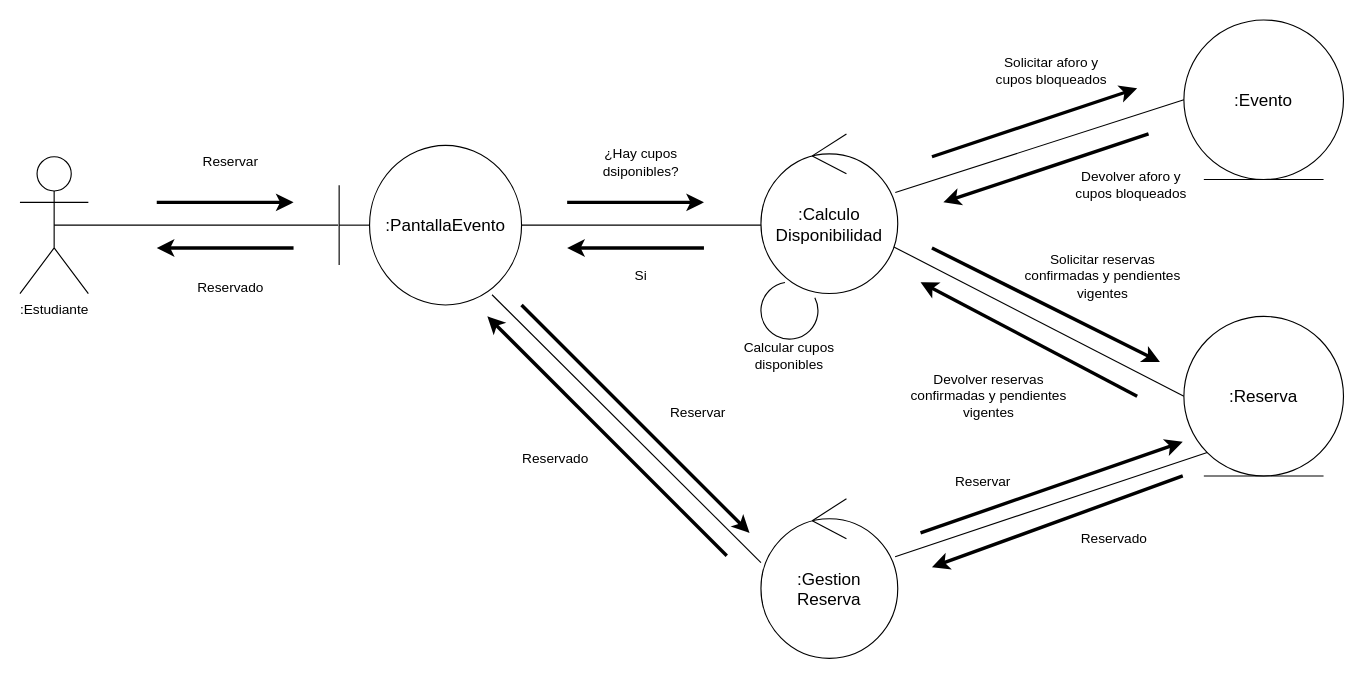
Above: campusfest/diagramas de colaboración/F2 DDC reservar.drawio in lauubeltran/isi-2026ii-SaberPro (draw.io), before the change. Source tidied: cells renumbered, new cells numbered last; positions are measured from the earlier drawing's top-left corner, leaving out a move shared by most shapes. Both pictures are drawn from the tidied source at 114%, with x=0, y=0 at pixel (19, 19).
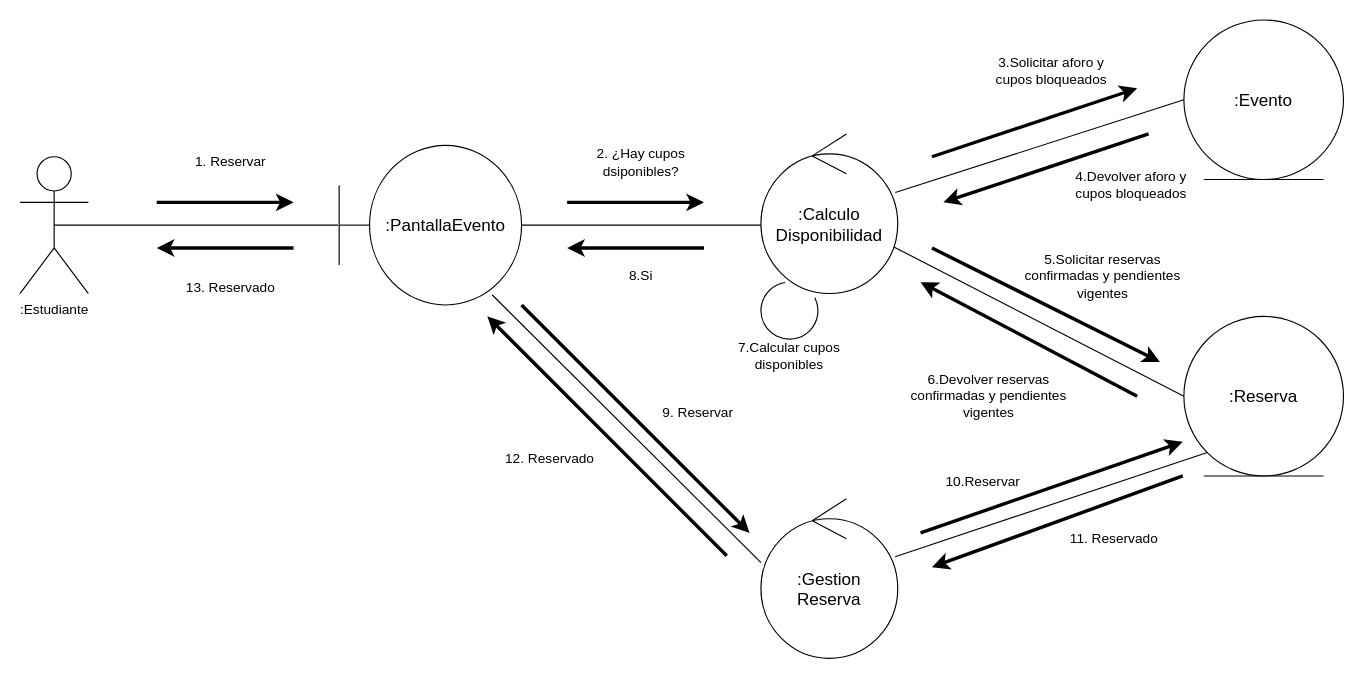
The same diagram, later.

Commit message (it also covers changes not shown here):
comienzo de los diagramas de secuencia, más la numeración que se me olvido en la de colaboración

Diff of the diagram source:
```diff
@@
-    <mxCell id="19" value="Reservar" style="text;html=1;whiteSpace=wrap;strokeColor=none;fillColor=none;align=center;verticalAlign=middle;rounded=0;fontColor=light-dark(#000000,#FFFFFF);" parent="1" vertex="1">
+    <mxCell id="19" value="1. Reservar" style="text;html=1;whiteSpace=wrap;strokeColor=none;fillColor=none;align=center;verticalAlign=middle;rounded=0;fontColor=light-dark(#000000,#FFFFFF);" parent="1" vertex="1">
       <mxGeometry x="130" y="110" width="110" height="30" as="geometry" />
     </mxCell>
-    <mxCell id="20" value="¿Hay cupos dsiponibles?" style="text;html=1;whiteSpace=wrap;strokeColor=none;fillColor=none;align=center;verticalAlign=middle;rounded=0;fontColor=light-dark(#000000,#FFFFFF);" parent="1" vertex="1">
+    <mxCell id="20" value="2. ¿Hay cupos dsiponibles?" style="text;html=1;whiteSpace=wrap;strokeColor=none;fillColor=none;align=center;verticalAlign=middle;rounded=0;fontColor=light-dark(#000000,#FFFFFF);" parent="1" vertex="1">
       <mxGeometry x="490" y="110" width="110" height="30" as="geometry" />
     </mxCell>
-    <mxCell id="21" value="Solicitar aforo y cupos bloqueados" style="text;html=1;whiteSpace=wrap;strokeColor=none;fillColor=none;align=center;verticalAlign=middle;rounded=0;fontColor=light-dark(#000000,#FFFFFF);" parent="1" vertex="1">
+    <mxCell id="21" value="3.Solicitar aforo y cupos bloqueados" style="text;html=1;whiteSpace=wrap;strokeColor=none;fillColor=none;align=center;verticalAlign=middle;rounded=0;fontColor=light-dark(#000000,#FFFFFF);" parent="1" vertex="1">
       <mxGeometry x="850" y="30" width="110" height="30" as="geometry" />
     </mxCell>
-    <mxCell id="22" value="Solicitar reservas confirmadas y pendientes vigentes" style="text;html=1;whiteSpace=wrap;strokeColor=none;fillColor=none;align=center;verticalAlign=middle;rounded=0;fontColor=light-dark(#000000,#FFFFFF);" parent="1" vertex="1">
+    <mxCell id="22" value="5.Solicitar reservas confirmadas y pendientes vigentes" style="text;html=1;whiteSpace=wrap;strokeColor=none;fillColor=none;align=center;verticalAlign=middle;rounded=0;fontColor=light-dark(#000000,#FFFFFF);" parent="1" vertex="1">
       <mxGeometry x="880" y="210" width="140" height="30" as="geometry" />
     </mxCell>
-    <mxCell id="23" value="Calcular cupos disponibles" style="text;html=1;whiteSpace=wrap;strokeColor=none;fillColor=none;align=center;verticalAlign=middle;rounded=0;fontColor=light-dark(#000000,#FFFFFF);" parent="1" vertex="1">
+    <mxCell id="23" value="7.Calcular cupos disponibles" style="text;html=1;whiteSpace=wrap;strokeColor=none;fillColor=none;align=center;verticalAlign=middle;rounded=0;fontColor=light-dark(#000000,#FFFFFF);" parent="1" vertex="1">
       <mxGeometry x="620" y="280" width="110" height="30" as="geometry" />
     </mxCell>
@@
-    <mxCell id="25" value="Devolver aforo y cupos bloqueados" style="text;html=1;whiteSpace=wrap;strokeColor=none;fillColor=none;align=center;verticalAlign=middle;rounded=0;fontColor=light-dark(#000000,#FFFFFF);" parent="1" vertex="1">
+    <mxCell id="25" value="4.Devolver aforo y cupos bloqueados" style="text;html=1;whiteSpace=wrap;strokeColor=none;fillColor=none;align=center;verticalAlign=middle;rounded=0;fontColor=light-dark(#000000,#FFFFFF);" parent="1" vertex="1">
       <mxGeometry x="920" y="130" width="110" height="30" as="geometry" />
     </mxCell>
-    <mxCell id="26" value="Devolver reservas confirmadas y pendientes vigentes" style="text;html=1;whiteSpace=wrap;strokeColor=none;fillColor=none;align=center;verticalAlign=middle;rounded=0;fontColor=light-dark(#000000,#FFFFFF);" parent="1" vertex="1">
+    <mxCell id="26" value="6.Devolver reservas confirmadas y pendientes vigentes" style="text;html=1;whiteSpace=wrap;strokeColor=none;fillColor=none;align=center;verticalAlign=middle;rounded=0;fontColor=light-dark(#000000,#FFFFFF);" parent="1" vertex="1">
       <mxGeometry x="780" y="315" width="140" height="30" as="geometry" />
     </mxCell>
-    <mxCell id="27" value="Si" style="text;html=1;whiteSpace=wrap;strokeColor=none;fillColor=none;align=center;verticalAlign=middle;rounded=0;fontColor=light-dark(#000000,#FFFFFF);" parent="1" vertex="1">
+    <mxCell id="27" value="8.Si" style="text;html=1;whiteSpace=wrap;strokeColor=none;fillColor=none;align=center;verticalAlign=middle;rounded=0;fontColor=light-dark(#000000,#FFFFFF);" parent="1" vertex="1">
       <mxGeometry x="475" y="210" width="140" height="30" as="geometry" />
     </mxCell>
-    <mxCell id="28" value="Reservado" style="text;html=1;whiteSpace=wrap;strokeColor=none;fillColor=none;align=center;verticalAlign=middle;rounded=0;fontColor=light-dark(#000000,#FFFFFF);" parent="1" vertex="1">
+    <mxCell id="28" value="13.&amp;nbsp;&lt;span style=&quot;background-color: transparent; color: light-dark(rgb(0, 0, 0), rgb(255, 255, 255));&quot;&gt;Reservado&lt;/span&gt;" style="text;html=1;whiteSpace=wrap;strokeColor=none;fillColor=none;align=center;verticalAlign=middle;rounded=0;fontColor=light-dark(#000000,#FFFFFF);" parent="1" vertex="1">
       <mxGeometry x="115" y="220" width="140" height="30" as="geometry" />
     </mxCell>
@@
-    <mxCell id="36" value="Reservar" style="text;html=1;whiteSpace=wrap;strokeColor=none;fillColor=none;align=center;verticalAlign=middle;rounded=0;fontColor=light-dark(#000000,#FFFFFF);" parent="1" vertex="1">
+    <mxCell id="36" value="9. Reservar" style="text;html=1;whiteSpace=wrap;strokeColor=none;fillColor=none;align=center;verticalAlign=middle;rounded=0;fontColor=light-dark(#000000,#FFFFFF);" parent="1" vertex="1">
       <mxGeometry x="560" y="330" width="70" height="30" as="geometry" />
     </mxCell>
-    <mxCell id="37" value="Reservar" style="text;html=1;whiteSpace=wrap;strokeColor=none;fillColor=none;align=center;verticalAlign=middle;rounded=0;fontColor=light-dark(#000000,#FFFFFF);" parent="1" vertex="1">
+    <mxCell id="37" value="10.Reservar" style="text;html=1;whiteSpace=wrap;strokeColor=none;fillColor=none;align=center;verticalAlign=middle;rounded=0;fontColor=light-dark(#000000,#FFFFFF);" parent="1" vertex="1">
       <mxGeometry x="810" y="390" width="70" height="30" as="geometry" />
     </mxCell>
-    <mxCell id="38" value="Reservado" style="text;html=1;whiteSpace=wrap;strokeColor=none;fillColor=none;align=center;verticalAlign=middle;rounded=0;fontColor=light-dark(#000000,#FFFFFF);" parent="1" vertex="1">
-      <mxGeometry x="430" y="370" width="80" height="30" as="geometry" />
+    <mxCell id="38" value="12. Reservado" style="text;html=1;whiteSpace=wrap;strokeColor=none;fillColor=none;align=center;verticalAlign=middle;rounded=0;fontColor=light-dark(#000000,#FFFFFF);" parent="1" vertex="1">
+      <mxGeometry x="420" y="370" width="90" height="30" as="geometry" />
     </mxCell>
-    <mxCell id="39" value="Reservado" style="text;html=1;whiteSpace=wrap;strokeColor=none;fillColor=none;align=center;verticalAlign=middle;rounded=0;fontColor=light-dark(#000000,#FFFFFF);" parent="1" vertex="1">
+    <mxCell id="39" value="11. Reservado" style="text;html=1;whiteSpace=wrap;strokeColor=none;fillColor=none;align=center;verticalAlign=middle;rounded=0;fontColor=light-dark(#000000,#FFFFFF);" parent="1" vertex="1">
       <mxGeometry x="920" y="440" width="80" height="30" as="geometry" />
     </mxCell>
```
